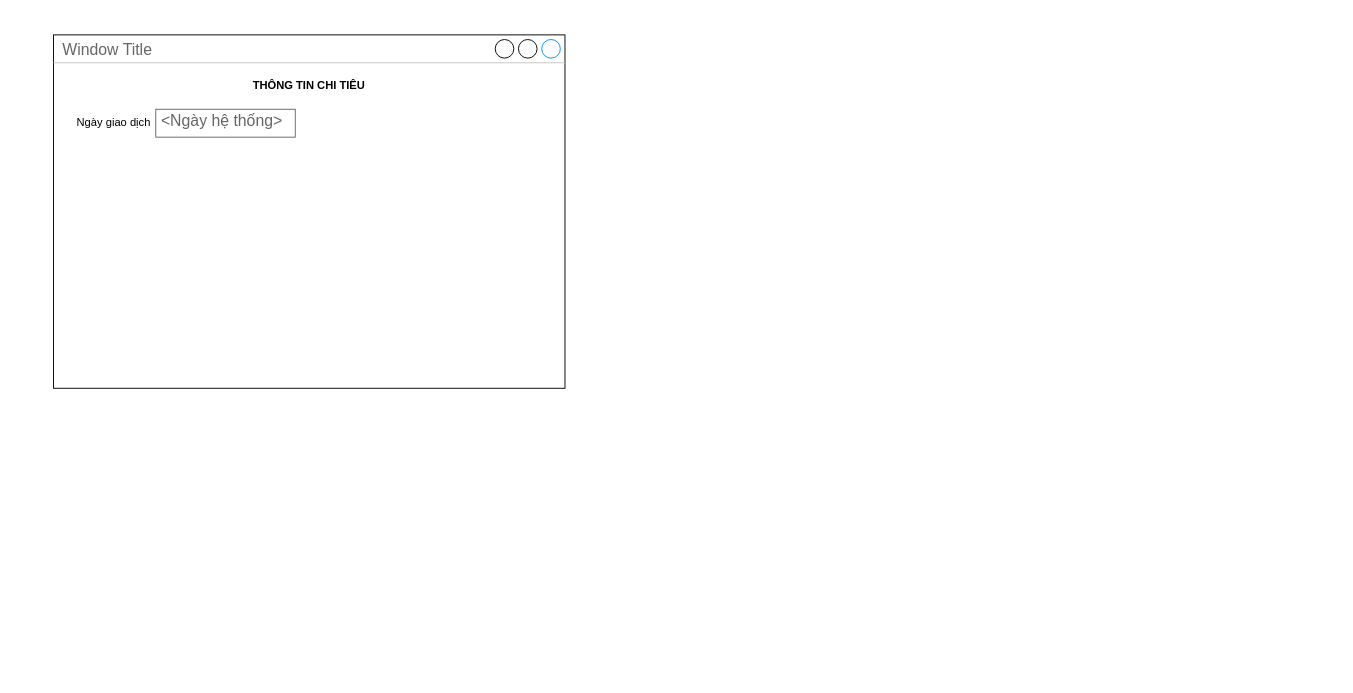
The draw.io diagram Diagrams/Screen diagram.drawio in AkallHuynh/IS216.L21.HTCL-Java, before the edit. Source tidied: cells renumbered, new cells numbered last; positions are measured from the earlier drawing's top-left corner, leaving out a move shared by most shapes. Both pictures are drawn from the tidied source at 93%, with x=0, y=0 at pixel (53, 34).
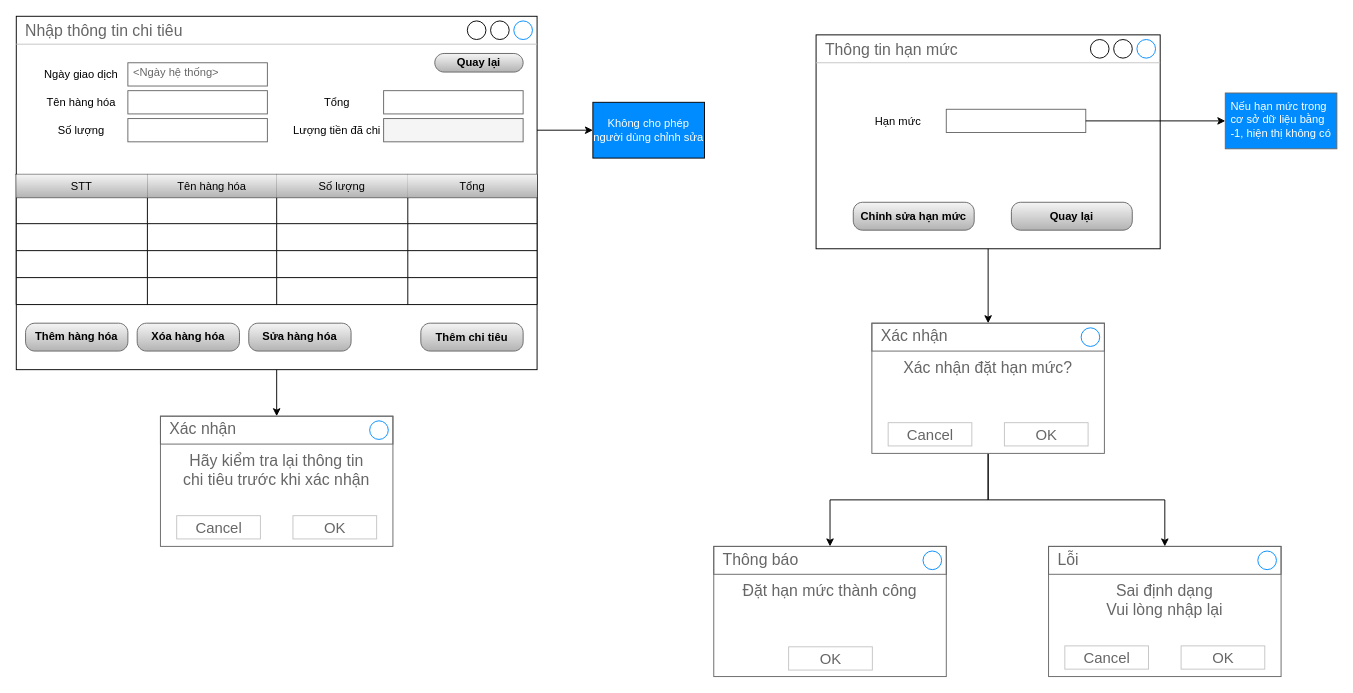
After the change.

The edit, as a diff of the source:
```diff
@@
+    <mxCell id="6" style="edgeStyle=orthogonalEdgeStyle;rounded=0;jettySize=auto;html=1;fontSize=12;" parent="1" edge="1" source="2" target="8">
+      <mxGeometry relative="1" as="geometry" />
+    </mxCell>
+    <mxCell id="7" value="Hãy kiểm tra lại thông tin&lt;br&gt;chi tiêu trước khi xác nhận" style="strokeWidth=1;shadow=0;dashed=0;align=center;html=1;shape=mxgraph.mockup.containers.rrect;rSize=0;strokeColor=#666666;fontColor=#666666;fontSize=17;verticalAlign=top;whiteSpace=wrap;fillColor=#ffffff;spacingTop=32;" parent="1" vertex="1">
+      <mxGeometry x="115" y="410" width="250" height="140" as="geometry" />
+    </mxCell>
+    <mxCell id="8" value="Xác nhận" style="strokeWidth=1;shadow=0;dashed=0;align=center;html=1;shape=mxgraph.mockup.containers.rrect;rSize=0;fontSize=17;fontColor=#666666;strokeColor=#666666;align=left;spacingLeft=8;fillColor=none;" parent="7" vertex="1">
+      <mxGeometry width="250" height="30" relative="1" as="geometry" />
+    </mxCell>
+    <mxCell id="9" style="shape=ellipse;strokeColor=#008cff;fillColor=none;html=1;" parent="8" vertex="1">
+      <mxGeometry x="1" y="0.5" width="20" height="20" relative="1" as="geometry">
+        <mxPoint x="-25" y="-10" as="offset" />
+      </mxGeometry>
+    </mxCell>
+    <mxCell id="10" value="Cancel" style="strokeWidth=1;shadow=0;dashed=0;align=center;html=1;shape=mxgraph.mockup.containers.rrect;rSize=0;fontSize=16;fontColor=#666666;strokeColor=#c4c4c4;whiteSpace=wrap;fillColor=none;" parent="7" vertex="1">
+      <mxGeometry x="0.25" y="1" width="90" height="25" relative="1" as="geometry">
+        <mxPoint x="-45" y="-33" as="offset" />
+      </mxGeometry>
+    </mxCell>
+    <mxCell id="11" value="OK" style="strokeWidth=1;shadow=0;dashed=0;align=center;html=1;shape=mxgraph.mockup.containers.rrect;rSize=0;fontSize=16;fontColor=#666666;strokeColor=#c4c4c4;whiteSpace=wrap;fillColor=none;" parent="7" vertex="1">
+      <mxGeometry x="0.75" y="1" width="90" height="25" relative="1" as="geometry">
+        <mxPoint x="-45" y="-33" as="offset" />
+      </mxGeometry>
+    </mxCell>
+    <mxCell id="12" style="edgeStyle=orthogonalEdgeStyle;rounded=0;jettySize=auto;html=1;fontSize=12;" parent="1" edge="1" source="48" target="13">
+      <mxGeometry relative="1" as="geometry" />
+    </mxCell>
+    <mxCell id="13" value="&lt;span style=&quot;font-weight: normal&quot;&gt;Không cho phép người dùng chỉnh sửa&lt;/span&gt;" style="whiteSpace=wrap;html=1;shadow=0;dashed=0;fontStyle=1;strokeWidth=1;fillColor=#008CFF;fontColor=#FFFFFF;" parent="1" vertex="1">
+      <mxGeometry x="580" y="72.5" width="120" height="60" as="geometry" />
+    </mxCell>
+    <mxCell id="14" style="group;" parent="1" vertex="1">
+      <mxGeometry x="-40" y="-20" width="560" height="380" as="geometry" />
+    </mxCell>
-    <mxCell id="2" value="Window Title" style="strokeWidth=1;shadow=0;dashed=0;align=center;html=1;shape=mxgraph.mockup.containers.window;align=left;verticalAlign=top;spacingLeft=8;strokeColor2=#008cff;strokeColor3=#c4c4c4;fontColor=#666666;mainText=;fontSize=17;labelBackgroundColor=none;" parent="1" vertex="1">
-      <mxGeometry width="550" height="380" as="geometry" />
+    <mxCell id="2" value="Nhập thông tin chi tiêu" style="strokeWidth=1;shadow=0;dashed=0;align=center;html=1;shape=mxgraph.mockup.containers.window;align=left;verticalAlign=top;spacingLeft=8;strokeColor2=#008cff;strokeColor3=#c4c4c4;fontColor=#666666;mainText=;fontSize=17;labelBackgroundColor=none;" parent="14" vertex="1">
+      <mxGeometry width="560" height="380" as="geometry" />
     </mxCell>
-    <mxCell id="3" value="Ngày giao dịch" style="text;html=1;strokeColor=none;fillColor=none;align=center;verticalAlign=middle;whiteSpace=wrap;rounded=0;" parent="1" vertex="1">
-      <mxGeometry x="20" y="80" width="90" height="30" as="geometry" />
+    <mxCell id="3" value="Ngày giao dịch" style="text;html=1;strokeColor=none;fillColor=none;align=center;verticalAlign=middle;whiteSpace=wrap;rounded=0;" parent="14" vertex="1">
+      <mxGeometry x="20" y="50" width="100" height="25" as="geometry" />
     </mxCell>
-    <mxCell id="4" value="&amp;lt;Ngày hệ thống&amp;gt;" style="strokeWidth=1;shadow=0;dashed=0;align=center;html=1;shape=mxgraph.mockup.text.textBox;fontColor=#666666;align=left;fontSize=17;spacingLeft=4;spacingTop=-3;strokeColor=#666666;mainText=;" parent="1" vertex="1">
-      <mxGeometry x="110" y="80" width="150" height="30" as="geometry" />
+    <mxCell id="4" value="&amp;lt;Ngày hệ thống&amp;gt;" style="strokeWidth=1;shadow=0;dashed=0;align=center;html=1;shape=mxgraph.mockup.text.textBox;fontColor=#666666;align=left;fontSize=12;spacingLeft=4;spacingTop=-3;strokeColor=#666666;mainText=;" parent="14" vertex="1">
+      <mxGeometry x="120" y="50" width="150" height="25" as="geometry" />
     </mxCell>
-    <mxCell id="5" value="&lt;b&gt;THÔNG TIN CHI TIÊU&lt;/b&gt;" style="text;html=1;strokeColor=none;fillColor=none;align=center;verticalAlign=middle;whiteSpace=wrap;rounded=0;" parent="1" vertex="1">
-      <mxGeometry x="140" y="40" width="270" height="30" as="geometry" />
-    </mxCell>
+    <mxCell id="15" style="shape=table;html=1;whiteSpace=wrap;startSize=0;childLayout=tableLayout;" parent="14" vertex="1">
+      <mxGeometry y="170" width="560" height="140" as="geometry" />
+    </mxCell>
+    <mxCell id="16" style="shape=partialRectangle;html=1;whiteSpace=wrap;fillColor=none;top=0;left=0;bottom=0;right=0;" parent="15" vertex="1">
+      <mxGeometry width="560" height="25" as="geometry" />
+    </mxCell>
+    <mxCell id="17" value="STT" style="shape=partialRectangle;html=1;whiteSpace=wrap;overflow=hidden;fillColor=#f5f5f5;top=0;left=0;bottom=0;right=0;strokeColor=#666666;gradientDirection=south;gradientColor=#b3b3b3;" parent="16" vertex="1">
+      <mxGeometry width="141" height="25" as="geometry" />
+    </mxCell>
+    <mxCell id="18" value="Tên hàng hóa" style="shape=partialRectangle;html=1;whiteSpace=wrap;overflow=hidden;fillColor=#f5f5f5;top=0;left=0;bottom=0;right=0;strokeColor=#666666;gradientDirection=south;gradientColor=#b3b3b3;" parent="16" vertex="1">
+      <mxGeometry x="141" width="139" height="25" as="geometry" />
+    </mxCell>
+    <mxCell id="19" value="Số lượng" style="shape=partialRectangle;html=1;whiteSpace=wrap;overflow=hidden;fillColor=#f5f5f5;top=0;left=0;bottom=0;right=0;strokeColor=#666666;gradientDirection=south;gradientColor=#b3b3b3;" parent="16" vertex="1">
+      <mxGeometry x="280" width="141" height="25" as="geometry" />
+    </mxCell>
+    <mxCell id="20" value="Tổng" style="shape=partialRectangle;html=1;whiteSpace=wrap;overflow=hidden;fillColor=#f5f5f5;top=0;left=0;bottom=0;right=0;strokeColor=#666666;gradientDirection=south;gradientColor=#b3b3b3;" parent="16" vertex="1">
+      <mxGeometry x="421" width="139" height="25" as="geometry" />
+    </mxCell>
+    <mxCell id="21" style="shape=partialRectangle;html=1;whiteSpace=wrap;fillColor=none;top=0;left=0;bottom=0;right=0;" parent="15" vertex="1">
+      <mxGeometry y="25" width="560" height="28" as="geometry" />
+    </mxCell>
+    <mxCell id="22" style="shape=partialRectangle;html=1;whiteSpace=wrap;overflow=hidden;fillColor=none;top=0;left=0;bottom=0;right=0;" parent="21" vertex="1">
+      <mxGeometry width="141" height="28" as="geometry" />
+    </mxCell>
+    <mxCell id="23" style="shape=partialRectangle;html=1;whiteSpace=wrap;overflow=hidden;fillColor=none;top=0;left=0;bottom=0;right=0;" parent="21" vertex="1">
+      <mxGeometry x="141" width="139" height="28" as="geometry" />
+    </mxCell>
+    <mxCell id="24" style="shape=partialRectangle;html=1;whiteSpace=wrap;overflow=hidden;fillColor=none;top=0;left=0;bottom=0;right=0;" parent="21" vertex="1">
+      <mxGeometry x="280" width="141" height="28" as="geometry" />
+    </mxCell>
+    <mxCell id="25" style="shape=partialRectangle;html=1;whiteSpace=wrap;overflow=hidden;fillColor=none;top=0;left=0;bottom=0;right=0;" parent="21" vertex="1">
+      <mxGeometry x="421" width="139" height="28" as="geometry" />
+    </mxCell>
+    <mxCell id="26" style="shape=partialRectangle;html=1;whiteSpace=wrap;fillColor=none;top=0;left=0;bottom=0;right=0;" parent="15" vertex="1">
+      <mxGeometry y="53" width="560" height="29" as="geometry" />
+    </mxCell>
+    <mxCell id="27" style="shape=partialRectangle;html=1;whiteSpace=wrap;overflow=hidden;fillColor=none;top=0;left=0;bottom=0;right=0;" parent="26" vertex="1">
+      <mxGeometry width="141" height="29" as="geometry" />
+    </mxCell>
+    <mxCell id="28" style="shape=partialRectangle;html=1;whiteSpace=wrap;overflow=hidden;fillColor=none;top=0;left=0;bottom=0;right=0;" parent="26" vertex="1">
+      <mxGeometry x="141" width="139" height="29" as="geometry" />
+    </mxCell>
+    <mxCell id="29" style="shape=partialRectangle;html=1;whiteSpace=wrap;overflow=hidden;fillColor=none;top=0;left=0;bottom=0;right=0;" parent="26" vertex="1">
+      <mxGeometry x="280" width="141" height="29" as="geometry" />
+    </mxCell>
+    <mxCell id="30" style="shape=partialRectangle;html=1;whiteSpace=wrap;overflow=hidden;fillColor=none;top=0;left=0;bottom=0;right=0;" parent="26" vertex="1">
+      <mxGeometry x="421" width="139" height="29" as="geometry" />
+    </mxCell>
+    <mxCell id="31" style="shape=partialRectangle;html=1;whiteSpace=wrap;fillColor=none;top=0;left=0;bottom=0;right=0;" parent="15" vertex="1">
+      <mxGeometry y="82" width="560" height="29" as="geometry" />
+    </mxCell>
+    <mxCell id="32" style="shape=partialRectangle;html=1;whiteSpace=wrap;overflow=hidden;fillColor=none;top=0;left=0;bottom=0;right=0;" parent="31" vertex="1">
+      <mxGeometry width="141" height="29" as="geometry" />
+    </mxCell>
+    <mxCell id="33" style="shape=partialRectangle;html=1;whiteSpace=wrap;overflow=hidden;fillColor=none;top=0;left=0;bottom=0;right=0;" parent="31" vertex="1">
+      <mxGeometry x="141" width="139" height="29" as="geometry" />
+    </mxCell>
+    <mxCell id="34" style="shape=partialRectangle;html=1;whiteSpace=wrap;overflow=hidden;fillColor=none;top=0;left=0;bottom=0;right=0;" parent="31" vertex="1">
+      <mxGeometry x="280" width="141" height="29" as="geometry" />
+    </mxCell>
+    <mxCell id="35" style="shape=partialRectangle;html=1;whiteSpace=wrap;overflow=hidden;fillColor=none;top=0;left=0;bottom=0;right=0;" parent="31" vertex="1">
+      <mxGeometry x="421" width="139" height="29" as="geometry" />
+    </mxCell>
+    <mxCell id="36" style="shape=partialRectangle;html=1;whiteSpace=wrap;fillColor=none;top=0;left=0;bottom=0;right=0;" parent="15" vertex="1">
+      <mxGeometry y="111" width="560" height="29" as="geometry" />
+    </mxCell>
+    <mxCell id="37" style="shape=partialRectangle;html=1;whiteSpace=wrap;overflow=hidden;fillColor=none;top=0;left=0;bottom=0;right=0;" parent="36" vertex="1">
+      <mxGeometry width="141" height="29" as="geometry" />
+    </mxCell>
+    <mxCell id="38" style="shape=partialRectangle;html=1;whiteSpace=wrap;overflow=hidden;fillColor=none;top=0;left=0;bottom=0;right=0;" parent="36" vertex="1">
+      <mxGeometry x="141" width="139" height="29" as="geometry" />
+    </mxCell>
+    <mxCell id="39" style="shape=partialRectangle;html=1;whiteSpace=wrap;overflow=hidden;fillColor=none;top=0;left=0;bottom=0;right=0;" parent="36" vertex="1">
+      <mxGeometry x="280" width="141" height="29" as="geometry" />
+    </mxCell>
+    <mxCell id="40" style="shape=partialRectangle;html=1;whiteSpace=wrap;overflow=hidden;fillColor=none;top=0;left=0;bottom=0;right=0;" parent="36" vertex="1">
+      <mxGeometry x="421" width="139" height="29" as="geometry" />
+    </mxCell>
+    <mxCell id="41" value="Tên hàng hóa" style="text;html=1;strokeColor=none;fillColor=none;align=center;verticalAlign=middle;whiteSpace=wrap;rounded=0;" parent="14" vertex="1">
+      <mxGeometry x="20" y="80" width="100" height="25" as="geometry" />
+    </mxCell>
+    <mxCell id="42" style="strokeWidth=1;shadow=0;dashed=0;align=center;html=1;shape=mxgraph.mockup.text.textBox;fontColor=#666666;align=left;fontSize=12;spacingLeft=4;spacingTop=-3;strokeColor=#666666;mainText=;" parent="14" vertex="1">
+      <mxGeometry x="120" y="80" width="150" height="25" as="geometry" />
+    </mxCell>
+    <mxCell id="43" value="Tổng" style="text;html=1;strokeColor=none;fillColor=none;align=center;verticalAlign=middle;whiteSpace=wrap;rounded=0;" parent="14" vertex="1">
+      <mxGeometry x="295" y="80" width="100" height="25" as="geometry" />
+    </mxCell>
+    <mxCell id="44" style="strokeWidth=1;shadow=0;dashed=0;align=center;html=1;shape=mxgraph.mockup.text.textBox;fontColor=#666666;align=left;fontSize=12;spacingLeft=4;spacingTop=-3;strokeColor=#666666;mainText=;" parent="14" vertex="1">
+      <mxGeometry x="395" y="80" width="150" height="25" as="geometry" />
+    </mxCell>
+    <mxCell id="45" value="Số lượng" style="text;html=1;strokeColor=none;fillColor=none;align=center;verticalAlign=middle;whiteSpace=wrap;rounded=0;" parent="14" vertex="1">
+      <mxGeometry x="20" y="110" width="100" height="25" as="geometry" />
+    </mxCell>
+    <mxCell id="46" style="strokeWidth=1;shadow=0;dashed=0;align=center;html=1;shape=mxgraph.mockup.text.textBox;fontColor=#666666;align=left;fontSize=12;spacingLeft=4;spacingTop=-3;strokeColor=#666666;mainText=;" parent="14" vertex="1">
+      <mxGeometry x="120" y="110" width="150" height="25" as="geometry" />
+    </mxCell>
+    <mxCell id="47" value="Lượng tiền đã chi" style="text;html=1;strokeColor=none;fillColor=none;align=center;verticalAlign=middle;whiteSpace=wrap;rounded=0;" parent="14" vertex="1">
+      <mxGeometry x="295" y="110" width="100" height="25" as="geometry" />
+    </mxCell>
+    <mxCell id="48" style="strokeWidth=1;shadow=0;dashed=0;align=center;html=1;shape=mxgraph.mockup.text.textBox;fontColor=#333333;align=left;fontSize=12;spacingLeft=4;spacingTop=-3;strokeColor=#666666;mainText=;fillColor=#f5f5f5;" parent="14" vertex="1">
+      <mxGeometry x="395" y="110" width="150" height="25" as="geometry" />
+    </mxCell>
+    <mxCell id="49" value="Thêm hàng hóa" style="strokeWidth=1;shadow=0;dashed=0;align=center;html=1;shape=mxgraph.mockup.buttons.button;strokeColor=#666666;mainText=;buttonStyle=round;fontSize=12;fontStyle=1;fillColor=#f5f5f5;whiteSpace=wrap;gradientColor=#b3b3b3;" parent="14" vertex="1">
+      <mxGeometry x="10" y="330" width="110" height="30" as="geometry" />
+    </mxCell>
+    <mxCell id="50" value="Xóa hàng hóa" style="strokeWidth=1;shadow=0;dashed=0;align=center;html=1;shape=mxgraph.mockup.buttons.button;strokeColor=#666666;mainText=;buttonStyle=round;fontSize=12;fontStyle=1;fillColor=#f5f5f5;whiteSpace=wrap;gradientColor=#b3b3b3;" parent="14" vertex="1">
+      <mxGeometry x="130" y="330" width="110" height="30" as="geometry" />
+    </mxCell>
+    <mxCell id="51" value="Sửa hàng hóa" style="strokeWidth=1;shadow=0;dashed=0;align=center;html=1;shape=mxgraph.mockup.buttons.button;strokeColor=#666666;mainText=;buttonStyle=round;fontSize=12;fontStyle=1;fillColor=#f5f5f5;whiteSpace=wrap;gradientColor=#b3b3b3;" parent="14" vertex="1">
+      <mxGeometry x="250" y="330" width="110" height="30" as="geometry" />
+    </mxCell>
+    <mxCell id="52" value="Thêm chi tiêu" style="strokeWidth=1;shadow=0;dashed=0;align=center;shape=mxgraph.mockup.buttons.button;strokeColor=#666666;mainText=;buttonStyle=round;fontSize=12;fontStyle=1;fillColor=#f5f5f5;gradientColor=#b3b3b3;" parent="14" vertex="1">
+      <mxGeometry x="435" y="330" width="110" height="30" as="geometry" />
+    </mxCell>
+    <mxCell id="53" value="Quay lại" style="strokeWidth=1;shadow=0;dashed=0;align=center;html=1;shape=mxgraph.mockup.buttons.button;strokeColor=#666666;mainText=;buttonStyle=round;fontSize=12;fontStyle=1;fillColor=#f5f5f5;whiteSpace=wrap;gradientColor=#b3b3b3;" parent="14" vertex="1">
+      <mxGeometry x="450" y="40" width="95" height="20" as="geometry" />
+    </mxCell>
+    <mxCell id="54" style="group;" parent="1" vertex="1">
+      <mxGeometry x="820" width="370" height="230" as="geometry" />
+    </mxCell>
+    <mxCell id="55" value="Thông tin hạn mức" style="strokeWidth=1;shadow=0;dashed=0;align=center;html=1;shape=mxgraph.mockup.containers.window;align=left;verticalAlign=top;spacingLeft=8;strokeColor2=#008cff;strokeColor3=#c4c4c4;fontColor=#666666;mainText=;fontSize=17;labelBackgroundColor=none;" parent="54" vertex="1">
+      <mxGeometry width="370" height="230" as="geometry" />
+    </mxCell>
+    <mxCell id="56" value="Hạn mức&amp;nbsp;" style="text;html=1;strokeColor=none;fillColor=none;align=center;verticalAlign=middle;whiteSpace=wrap;rounded=0;" parent="54" vertex="1">
+      <mxGeometry x="40" y="80" width="100" height="25" as="geometry" />
+    </mxCell>
+    <mxCell id="57" style="strokeWidth=1;shadow=0;dashed=0;align=center;html=1;shape=mxgraph.mockup.text.textBox;fontColor=#666666;align=left;fontSize=12;spacingLeft=4;spacingTop=-3;strokeColor=#666666;mainText=;" parent="54" vertex="1">
+      <mxGeometry x="140" y="80" width="150" height="25" as="geometry" />
+    </mxCell>
+    <mxCell id="58" value="Quay lại" style="strokeWidth=1;shadow=0;dashed=0;align=center;shape=mxgraph.mockup.buttons.button;strokeColor=#666666;mainText=;buttonStyle=round;fontSize=12;fontStyle=1;fillColor=#f5f5f5;gradientColor=#b3b3b3;" parent="54" vertex="1">
+      <mxGeometry x="210" y="180" width="130" height="30" as="geometry" />
+    </mxCell>
+    <mxCell id="59" value="Chỉnh sửa hạn mức" style="strokeWidth=1;shadow=0;dashed=0;align=center;shape=mxgraph.mockup.buttons.button;strokeColor=#666666;mainText=;buttonStyle=round;fontSize=12;fontStyle=1;fillColor=#f5f5f5;gradientColor=#b3b3b3;" parent="54" vertex="1">
+      <mxGeometry x="40" y="180" width="130" height="30" as="geometry" />
+    </mxCell>
+    <mxCell id="60" value="Nếu hạn mức trong cơ sở dữ liệu bằng -1, hiện thị không có" style="whiteSpace=wrap;html=1;shadow=0;dashed=0;align=left;strokeColor=#666666;strokeWidth=1;spacingTop=-3;spacingLeft=4;fillColor=#008CFF;fontColor=#FFFFFF;" parent="1" vertex="1">
+      <mxGeometry x="1260" y="62.5" width="120" height="60" as="geometry" />
+    </mxCell>
+    <mxCell id="61" style="edgeStyle=orthogonalEdgeStyle;rounded=0;jettySize=auto;html=1;fontSize=12;fontColor=#FFFFFF;" parent="1" edge="1" source="57" target="60">
+      <mxGeometry relative="1" as="geometry" />
+    </mxCell>
+    <mxCell id="62" value="Đặt hạn mức thành công" style="strokeWidth=1;shadow=0;dashed=0;align=center;html=1;shape=mxgraph.mockup.containers.rrect;rSize=0;strokeColor=#666666;fontColor=#666666;fontSize=17;verticalAlign=top;whiteSpace=wrap;fillColor=#ffffff;spacingTop=32;" parent="1" vertex="1">
+      <mxGeometry x="710" y="550" width="250" height="140" as="geometry" />
+    </mxCell>
+    <mxCell id="63" value="Thông báo" style="strokeWidth=1;shadow=0;dashed=0;align=center;html=1;shape=mxgraph.mockup.containers.rrect;rSize=0;fontSize=17;fontColor=#666666;strokeColor=#666666;align=left;spacingLeft=8;fillColor=none;" parent="62" vertex="1">
+      <mxGeometry width="250" height="30" relative="1" as="geometry" />
+    </mxCell>
+    <mxCell id="64" style="shape=ellipse;strokeColor=#008cff;fillColor=none;html=1;" parent="63" vertex="1">
+      <mxGeometry x="1" y="0.5" width="20" height="20" relative="1" as="geometry">
+        <mxPoint x="-25" y="-10" as="offset" />
+      </mxGeometry>
+    </mxCell>
+    <mxCell id="65" value="OK" style="strokeWidth=1;shadow=0;dashed=0;align=center;html=1;shape=mxgraph.mockup.containers.rrect;rSize=0;fontSize=16;fontColor=#666666;strokeColor=#c4c4c4;whiteSpace=wrap;fillColor=none;" parent="62" vertex="1">
+      <mxGeometry x="0.75" y="1" width="90" height="25" relative="1" as="geometry">
+        <mxPoint x="-107" y="-32" as="offset" />
+      </mxGeometry>
+    </mxCell>
+    <mxCell id="66" value="Sai định dạng&lt;br&gt;Vui lòng nhập lại" style="strokeWidth=1;shadow=0;dashed=0;align=center;html=1;shape=mxgraph.mockup.containers.rrect;rSize=0;strokeColor=#666666;fontColor=#666666;fontSize=17;verticalAlign=top;whiteSpace=wrap;fillColor=#ffffff;spacingTop=32;" parent="1" vertex="1">
+      <mxGeometry x="1070" y="550" width="250" height="140" as="geometry" />
+    </mxCell>
+    <mxCell id="67" value="Lỗi" style="strokeWidth=1;shadow=0;dashed=0;align=center;html=1;shape=mxgraph.mockup.containers.rrect;rSize=0;fontSize=17;fontColor=#666666;strokeColor=#666666;align=left;spacingLeft=8;fillColor=none;" parent="66" vertex="1">
+      <mxGeometry width="250" height="30" relative="1" as="geometry" />
+    </mxCell>
+    <mxCell id="68" style="shape=ellipse;strokeColor=#008cff;fillColor=none;html=1;" parent="67" vertex="1">
+      <mxGeometry x="1" y="0.5" width="20" height="20" relative="1" as="geometry">
+        <mxPoint x="-25" y="-10" as="offset" />
+      </mxGeometry>
+    </mxCell>
+    <mxCell id="69" value="Cancel" style="strokeWidth=1;shadow=0;dashed=0;align=center;html=1;shape=mxgraph.mockup.containers.rrect;rSize=0;fontSize=16;fontColor=#666666;strokeColor=#c4c4c4;whiteSpace=wrap;fillColor=none;" parent="66" vertex="1">
+      <mxGeometry x="0.25" y="1" width="90" height="25" relative="1" as="geometry">
+        <mxPoint x="-45" y="-33" as="offset" />
+      </mxGeometry>
+    </mxCell>
+    <mxCell id="70" value="OK" style="strokeWidth=1;shadow=0;dashed=0;align=center;html=1;shape=mxgraph.mockup.containers.rrect;rSize=0;fontSize=16;fontColor=#666666;strokeColor=#c4c4c4;whiteSpace=wrap;fillColor=none;" parent="66" vertex="1">
+      <mxGeometry x="0.75" y="1" width="90" height="25" relative="1" as="geometry">
+        <mxPoint x="-45" y="-33" as="offset" />
+      </mxGeometry>
+    </mxCell>
+    <mxCell id="71" style="edgeStyle=orthogonalEdgeStyle;rounded=0;jettySize=auto;html=1;fontSize=12;fontColor=#FFFFFF;" parent="1" edge="1" source="73" target="62">
+      <mxGeometry relative="1" as="geometry" />
+    </mxCell>
+    <mxCell id="72" style="edgeStyle=orthogonalEdgeStyle;rounded=0;jettySize=auto;html=1;fontSize=12;fontColor=#FFFFFF;" parent="1" edge="1" source="73" target="66">
+      <mxGeometry relative="1" as="geometry" />
+    </mxCell>
+    <mxCell id="73" value="Xác nhận đặt hạn mức?" style="strokeWidth=1;shadow=0;dashed=0;align=center;html=1;shape=mxgraph.mockup.containers.rrect;rSize=0;strokeColor=#666666;fontColor=#666666;fontSize=17;verticalAlign=top;whiteSpace=wrap;fillColor=#ffffff;spacingTop=32;" parent="1" vertex="1">
+      <mxGeometry x="880" y="310" width="250" height="140" as="geometry" />
+    </mxCell>
+    <mxCell id="74" value="Xác nhận" style="strokeWidth=1;shadow=0;dashed=0;align=center;html=1;shape=mxgraph.mockup.containers.rrect;rSize=0;fontSize=17;fontColor=#666666;strokeColor=#666666;align=left;spacingLeft=8;fillColor=none;" parent="73" vertex="1">
+      <mxGeometry width="250" height="30" relative="1" as="geometry" />
+    </mxCell>
+    <mxCell id="75" style="shape=ellipse;strokeColor=#008cff;fillColor=none;html=1;" parent="74" vertex="1">
+      <mxGeometry x="1" y="0.5" width="20" height="20" relative="1" as="geometry">
+        <mxPoint x="-25" y="-10" as="offset" />
+      </mxGeometry>
+    </mxCell>
+    <mxCell id="76" value="Cancel" style="strokeWidth=1;shadow=0;dashed=0;align=center;html=1;shape=mxgraph.mockup.containers.rrect;rSize=0;fontSize=16;fontColor=#666666;strokeColor=#c4c4c4;whiteSpace=wrap;fillColor=none;" parent="73" vertex="1">
+      <mxGeometry x="0.25" y="1" width="90" height="25" relative="1" as="geometry">
+        <mxPoint x="-45" y="-33" as="offset" />
+      </mxGeometry>
+    </mxCell>
+    <mxCell id="77" value="OK" style="strokeWidth=1;shadow=0;dashed=0;align=center;html=1;shape=mxgraph.mockup.containers.rrect;rSize=0;fontSize=16;fontColor=#666666;strokeColor=#c4c4c4;whiteSpace=wrap;fillColor=none;" parent="73" vertex="1">
+      <mxGeometry x="0.75" y="1" width="90" height="25" relative="1" as="geometry">
+        <mxPoint x="-45" y="-33" as="offset" />
+      </mxGeometry>
+    </mxCell>
+    <mxCell id="78" style="edgeStyle=orthogonalEdgeStyle;rounded=0;jettySize=auto;html=1;fontSize=12;fontColor=#FFFFFF;" parent="1" edge="1" source="55" target="74">
+      <mxGeometry relative="1" as="geometry" />
+    </mxCell>
```
